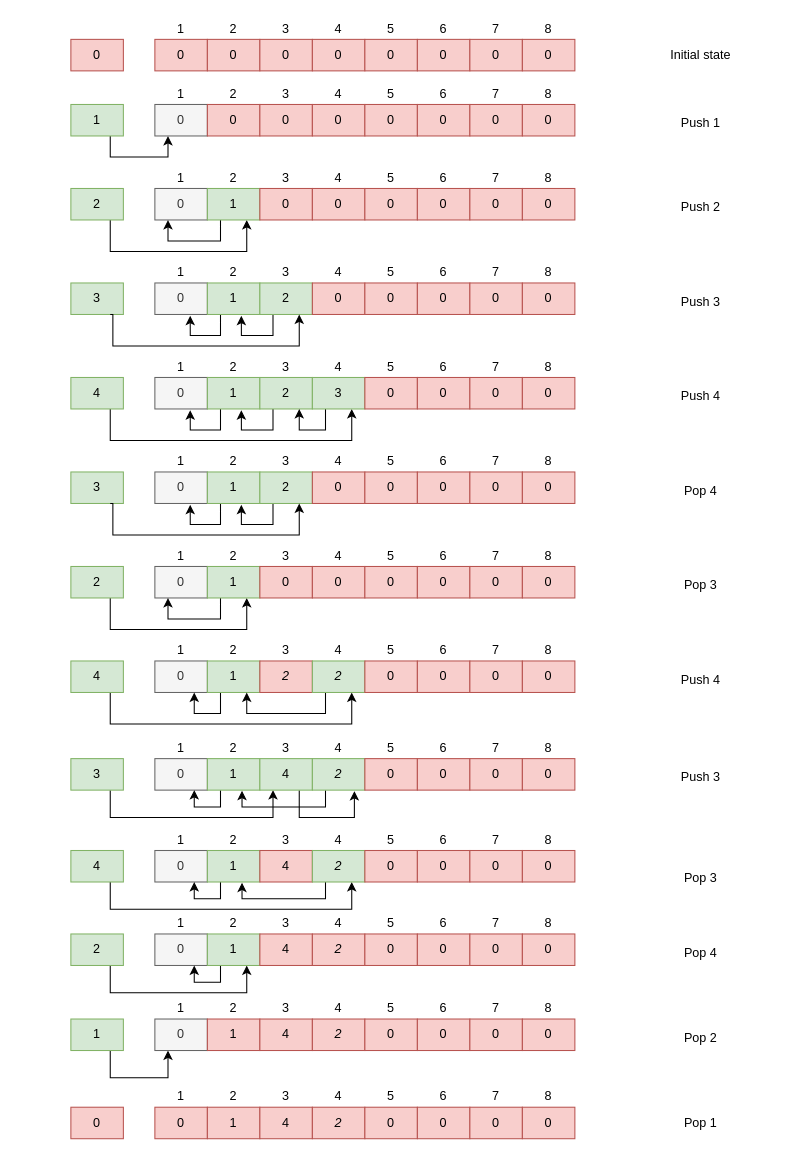
The draw.io diagram page "Single head queue" (2 of 3) of images/Index pool.drawio in DanEngelbrecht/DanEngelbrecht.github.io, before the edit. Source tidied: cells renumbered, new cells numbered last; positions are measured from the earlier drawing's top-left corner, leaving out a move shared by most shapes. Both pictures are drawn from the tidied source at 105%, with x=0, y=0 at pixel (70, 18).
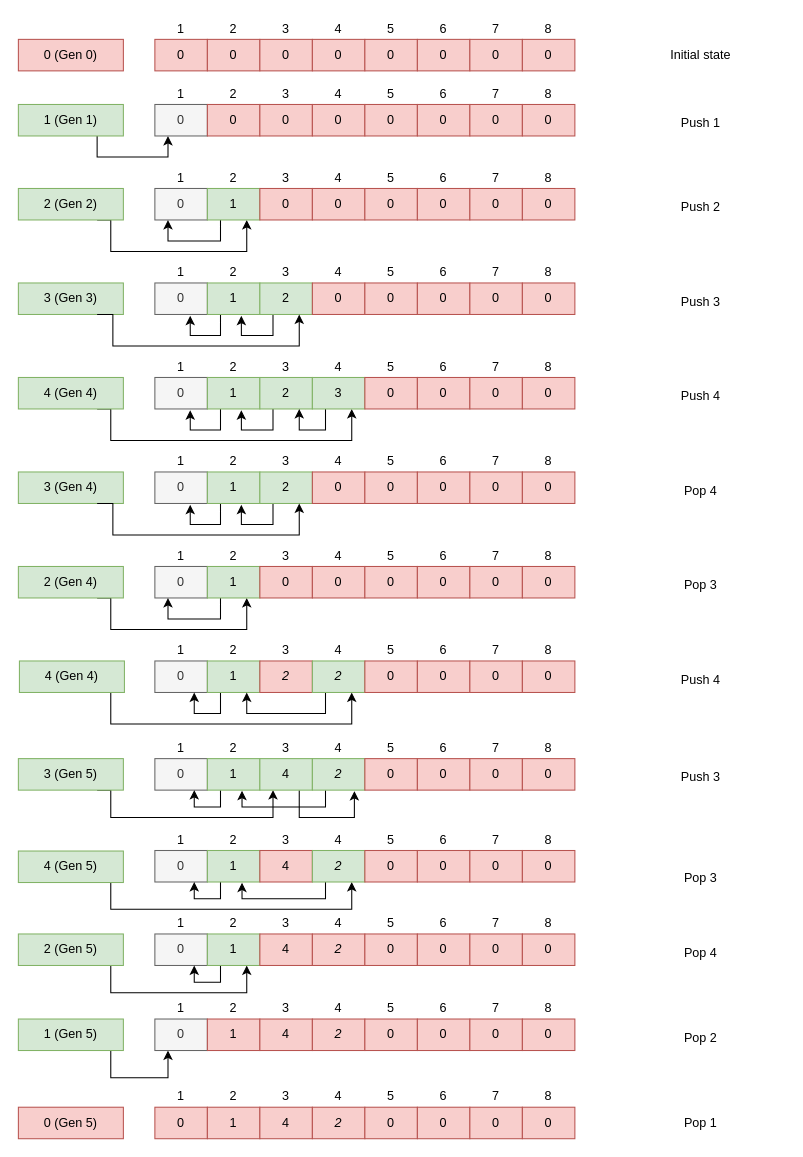
The same diagram, later.

Unchanged cells that the change refers to:
```xml
<mxCell id="82" value="&lt;i&gt;2&lt;/i&gt;" style="rounded=0;whiteSpace=wrap;html=1;fillColor=#d5e8d4;strokeColor=#82b366;" parent="1" vertex="1">
  <mxGeometry x="230" y="612" width="50" height="30" as="geometry" />
</mxCell>
```

What changed in the source:
```diff
@@
-    <mxCell id="2" value="0" style="rounded=0;whiteSpace=wrap;html=1;fillColor=#f8cecc;strokeColor=#b85450;" parent="1" vertex="1">
-      <mxGeometry y="20" width="50" height="30" as="geometry" />
+    <mxCell id="2" value="0  (Gen 0)" style="rounded=0;whiteSpace=wrap;html=1;fillColor=#f8cecc;strokeColor=#b85450;" parent="1" vertex="1">
+      <mxGeometry x="-50" y="20" width="100" height="30" as="geometry" />
     </mxCell>
@@
-    <mxCell id="12" value="1" style="rounded=0;whiteSpace=wrap;html=1;fillColor=#d5e8d4;strokeColor=#82b366;" parent="1" vertex="1">
-      <mxGeometry y="82" width="50" height="30" as="geometry" />
+    <mxCell id="12" value="1  (Gen 1)" style="rounded=0;whiteSpace=wrap;html=1;fillColor=#d5e8d4;strokeColor=#82b366;" parent="1" vertex="1">
+      <mxGeometry x="-50" y="82" width="100" height="30" as="geometry" />
     </mxCell>
@@
-    <mxCell id="22" value="2" style="rounded=0;whiteSpace=wrap;html=1;fillColor=#d5e8d4;strokeColor=#82b366;" parent="1" vertex="1">
-      <mxGeometry y="162" width="50" height="30" as="geometry" />
+    <mxCell id="22" value="2  (Gen 2)" style="rounded=0;whiteSpace=wrap;html=1;fillColor=#d5e8d4;strokeColor=#82b366;" parent="1" vertex="1">
+      <mxGeometry x="-50" y="162" width="100" height="30" as="geometry" />
     </mxCell>
@@
-    <mxCell id="32" value="3" style="rounded=0;whiteSpace=wrap;html=1;fillColor=#d5e8d4;strokeColor=#82b366;" parent="1" vertex="1">
-      <mxGeometry y="252" width="50" height="30" as="geometry" />
+    <mxCell id="32" value="3  (Gen 3)" style="rounded=0;whiteSpace=wrap;html=1;fillColor=#d5e8d4;strokeColor=#82b366;" parent="1" vertex="1">
+      <mxGeometry x="-50" y="252" width="100" height="30" as="geometry" />
     </mxCell>
@@
-    <mxCell id="75" style="edgeStyle=orthogonalEdgeStyle;rounded=0;jettySize=auto;html=1;exitX=0.75;exitY=1;exitDx=0;exitDy=0;entryX=0.75;entryY=1;entryDx=0;entryDy=0;" parent="1" edge="1" source="76" target="82">
+    <mxCell id="75" style="edgeStyle=orthogonalEdgeStyle;rounded=0;jettySize=auto;html=1;exitX=0.88;exitY=1;exitDx=0;exitDy=0;entryX=0.75;entryY=1;entryDx=0;entryDy=0;exitPerimeter=0;" parent="1" edge="1" source="76" target="82">
       <mxGeometry relative="1" as="geometry">
         <Array as="points">
+          <mxPoint x="38" y="642" />
           <mxPoint x="38" y="672" />
           <mxPoint x="268" y="672" />
         </Array>
       </mxGeometry>
     </mxCell>
-    <mxCell id="76" value="4" style="rounded=0;whiteSpace=wrap;html=1;fillColor=#d5e8d4;strokeColor=#82b366;" parent="1" vertex="1">
-      <mxGeometry y="612" width="50" height="30" as="geometry" />
+    <mxCell id="76" value="4  (Gen 4)" style="rounded=0;whiteSpace=wrap;html=1;fillColor=#d5e8d4;strokeColor=#82b366;" parent="1" vertex="1">
+      <mxGeometry x="-49" y="612" width="100" height="30" as="geometry" />
     </mxCell>
@@
-    <mxCell id="96" value="3" style="rounded=0;whiteSpace=wrap;html=1;fillColor=#d5e8d4;strokeColor=#82b366;" parent="1" vertex="1">
-      <mxGeometry y="705" width="50" height="30" as="geometry" />
+    <mxCell id="96" value="3  (Gen 5)" style="rounded=0;whiteSpace=wrap;html=1;fillColor=#d5e8d4;strokeColor=#82b366;" parent="1" vertex="1">
+      <mxGeometry x="-50" y="705" width="100" height="30" as="geometry" />
     </mxCell>
@@
-    <mxCell id="118" value="4" style="rounded=0;whiteSpace=wrap;html=1;fillColor=#d5e8d4;strokeColor=#82b366;" parent="1" vertex="1">
-      <mxGeometry y="342" width="50" height="30" as="geometry" />
+    <mxCell id="118" value="4  (Gen 4)" style="rounded=0;whiteSpace=wrap;html=1;fillColor=#d5e8d4;strokeColor=#82b366;" parent="1" vertex="1">
+      <mxGeometry x="-50" y="342" width="100" height="30" as="geometry" />
     </mxCell>
@@
-    <mxCell id="138" value="3" style="rounded=0;whiteSpace=wrap;html=1;fillColor=#d5e8d4;strokeColor=#82b366;" parent="1" vertex="1">
-      <mxGeometry y="432" width="50" height="30" as="geometry" />
+    <mxCell id="138" value="3  (Gen 4)" style="rounded=0;whiteSpace=wrap;html=1;fillColor=#d5e8d4;strokeColor=#82b366;" parent="1" vertex="1">
+      <mxGeometry x="-50" y="432" width="100" height="30" as="geometry" />
     </mxCell>
@@
-    <mxCell id="159" value="2" style="rounded=0;whiteSpace=wrap;html=1;fillColor=#d5e8d4;strokeColor=#82b366;" parent="1" vertex="1">
-      <mxGeometry y="522" width="50" height="30" as="geometry" />
+    <mxCell id="159" value="2  (Gen 4)" style="rounded=0;whiteSpace=wrap;html=1;fillColor=#d5e8d4;strokeColor=#82b366;" parent="1" vertex="1">
+      <mxGeometry x="-50" y="522" width="100" height="30" as="geometry" />
     </mxCell>
@@
-    <mxCell id="187" value="4" style="rounded=0;whiteSpace=wrap;html=1;fillColor=#d5e8d4;strokeColor=#82b366;" parent="1" vertex="1">
-      <mxGeometry y="792.5" width="50" height="30" as="geometry" />
+    <mxCell id="187" value="4  (Gen 5)" style="rounded=0;whiteSpace=wrap;html=1;fillColor=#d5e8d4;strokeColor=#82b366;" parent="1" vertex="1">
+      <mxGeometry x="-50" y="793" width="100" height="30" as="geometry" />
     </mxCell>
@@
-    <mxCell id="208" value="2" style="rounded=0;whiteSpace=wrap;html=1;fillColor=#d5e8d4;strokeColor=#82b366;" parent="1" vertex="1">
-      <mxGeometry y="872" width="50" height="30" as="geometry" />
+    <mxCell id="208" value="2  (Gen 5)" style="rounded=0;whiteSpace=wrap;html=1;fillColor=#d5e8d4;strokeColor=#82b366;" parent="1" vertex="1">
+      <mxGeometry x="-50" y="872" width="100" height="30" as="geometry" />
     </mxCell>
@@
-    <mxCell id="228" value="1" style="rounded=0;whiteSpace=wrap;html=1;fillColor=#d5e8d4;strokeColor=#82b366;" parent="1" vertex="1">
-      <mxGeometry y="953" width="50" height="30" as="geometry" />
+    <mxCell id="228" value="1  (Gen 5)" style="rounded=0;whiteSpace=wrap;html=1;fillColor=#d5e8d4;strokeColor=#82b366;" parent="1" vertex="1">
+      <mxGeometry x="-50" y="953" width="100" height="30" as="geometry" />
     </mxCell>
@@
-    <mxCell id="246" value="0" style="rounded=0;whiteSpace=wrap;html=1;fillColor=#f8cecc;strokeColor=#b85450;" parent="1" vertex="1">
-      <mxGeometry y="1037" width="50" height="30" as="geometry" />
+    <mxCell id="246" value="0  (Gen 5)" style="rounded=0;whiteSpace=wrap;html=1;fillColor=#f8cecc;strokeColor=#b85450;" parent="1" vertex="1">
+      <mxGeometry x="-50" y="1037" width="100" height="30" as="geometry" />
     </mxCell>
```
